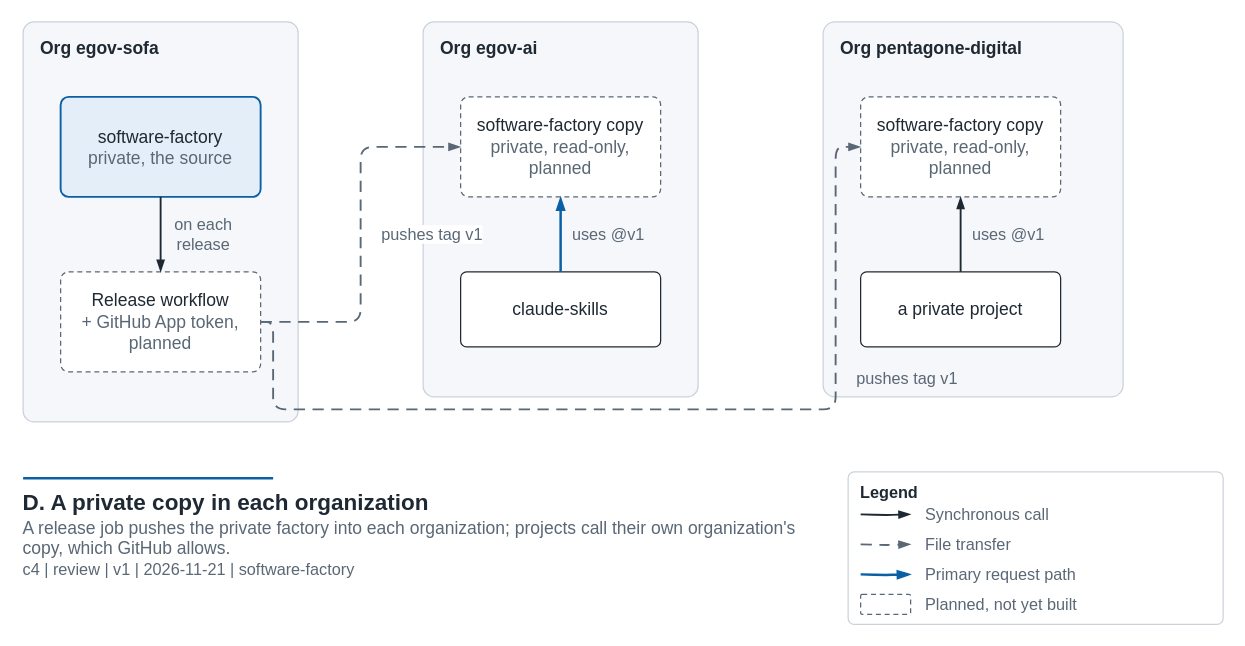
Before: page "Mirrors" (4 of 5) of docs/diagrams/private-factory-options.drawio in egov-sofa/software-factory, a draw.io diagram. Source tidied: cells renumbered, new cells numbered last; positions are measured from the earlier drawing's top-left corner, leaving out a move shared by most shapes. Both pictures are drawn from the tidied source at 125%, with x=0, y=0 at pixel (22, 21).
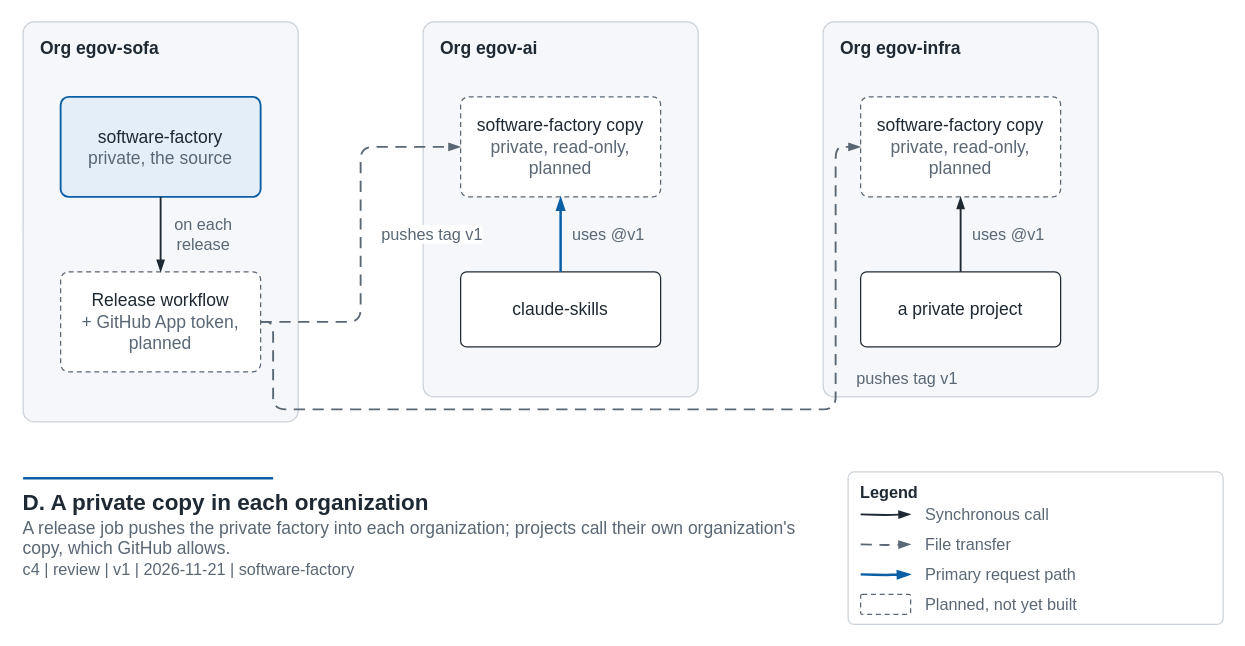
The same diagram, later.

The edit, as a diff of the source:
```diff
@@
-    <mxCell id="8" value="Org pentagone-digital" style="rounded=1;arcSize=4;whiteSpace=wrap;html=1;fillColor=#F5F7FA;strokeColor=#CBD2D9;strokeWidth=1;fontSize=14;fontStyle=1;fontColor=#1F2933;verticalAlign=top;align=left;spacingLeft=12;spacingTop=6;" parent="1" vertex="1">
-      <mxGeometry x="640" width="240" height="300" as="geometry" />
+    <mxCell id="8" value="Org egov-infra" style="rounded=1;arcSize=4;whiteSpace=wrap;html=1;fillColor=#F5F7FA;strokeColor=#CBD2D9;strokeWidth=1;fontSize=14;fontStyle=1;fontColor=#1F2933;verticalAlign=top;align=left;spacingLeft=12;spacingTop=6;" parent="1" vertex="1">
+      <mxGeometry x="640" width="220" height="300" as="geometry" />
     </mxCell>
```
